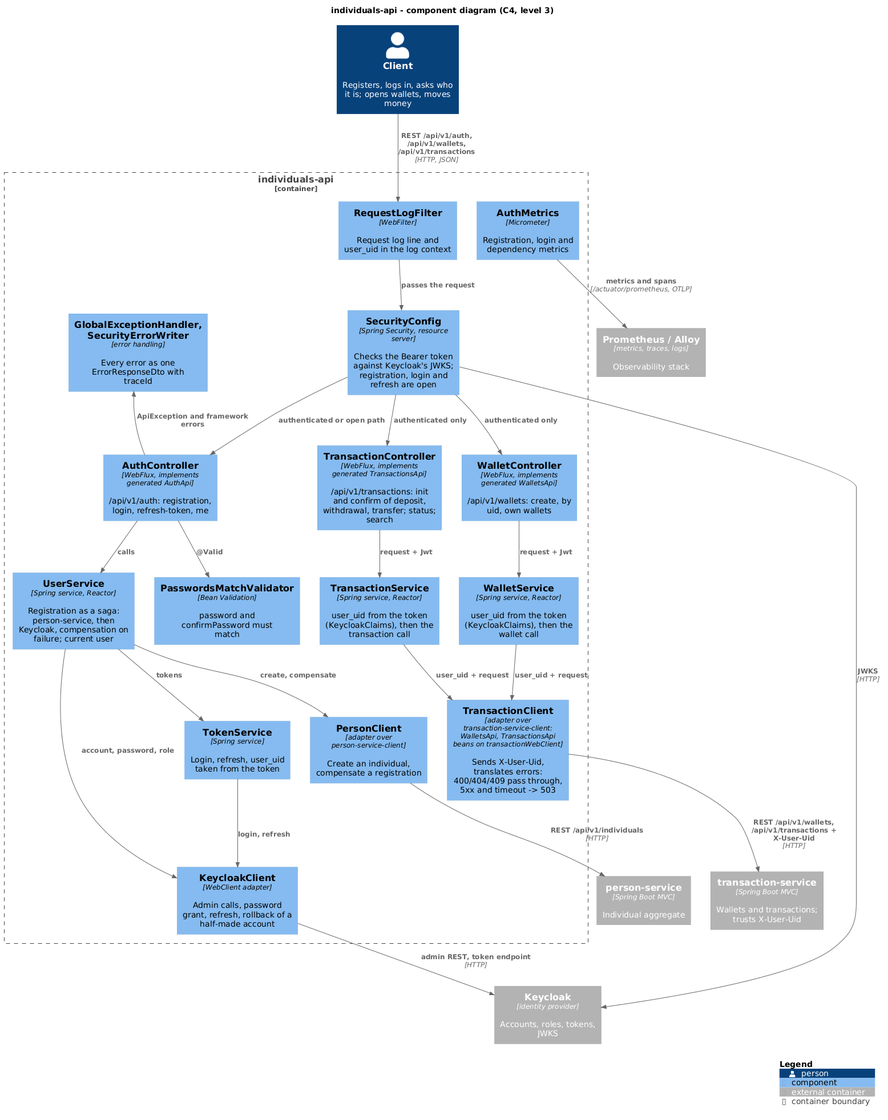
dezxxx/payment-platform keeps this PlantUML diagram as individuals-api/diagrams-c4/png/en/component.png. Above is the earlier version.
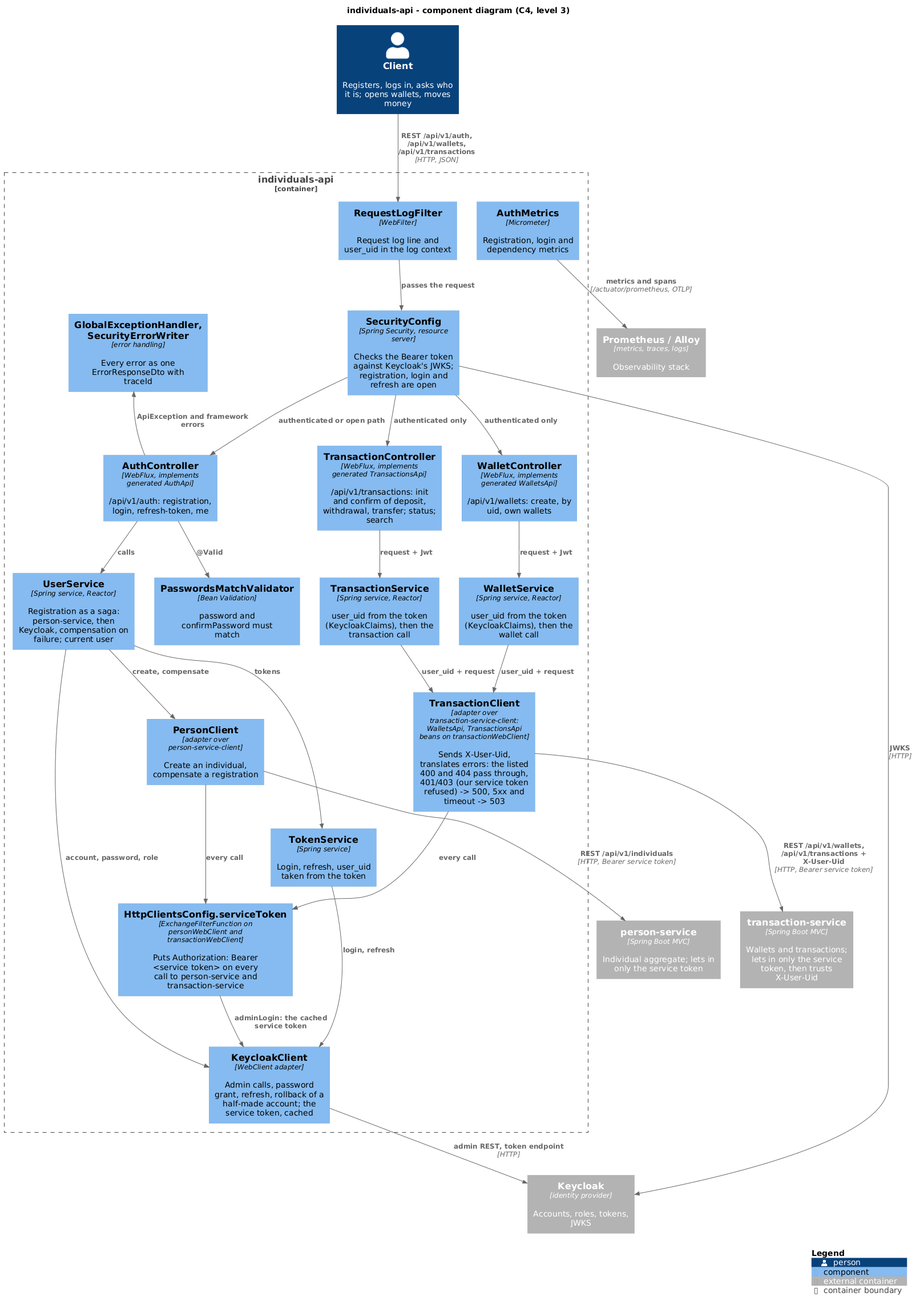
The same diagram one commit later.

Change to the diagram source:
```diff
@@ -5,8 +5,8 @@
 
 Person(client, "Client", "Registers, logs in, asks who it is; opens wallets, moves money")
 Container_Ext(keycloak, "Keycloak", "identity provider", "Accounts, roles, tokens, JWKS")
-Container_Ext(personService, "person-service", "Spring Boot MVC", "Individual aggregate")
-Container_Ext(transactionService, "transaction-service", "Spring Boot MVC", "Wallets and transactions; trusts X-User-Uid")
+Container_Ext(personService, "person-service", "Spring Boot MVC", "Individual aggregate; lets in only the service token")
+Container_Ext(transactionService, "transaction-service", "Spring Boot MVC", "Wallets and transactions; lets in only the service token, then trusts X-User-Uid")
 Container_Ext(observability, "Prometheus / Alloy", "metrics, traces, logs", "Observability stack")
 
 Container_Boundary(app, "individuals-api") {
@@ -21,8 +21,9 @@
     Component(walletService, "WalletService", "Spring service, Reactor", "user_uid from the token (KeycloakClaims), then the wallet call")
     Component(transactionService2, "TransactionService", "Spring service, Reactor", "user_uid from the token (KeycloakClaims), then the transaction call")
     Component(personClient, "PersonClient", "adapter over person-service-client", "Create an individual, compensate a registration")
-    Component(transactionClient, "TransactionClient", "adapter over transaction-service-client: WalletsApi, TransactionsApi beans on transactionWebClient", "Sends X-User-Uid, translates errors: 400/404/409 pass through, 5xx and timeout -> 503")
-    Component(keycloakClient, "KeycloakClient", "WebClient adapter", "Admin calls, password grant, refresh, rollback of a half-made account")
+    Component(transactionClient, "TransactionClient", "adapter over transaction-service-client: WalletsApi, TransactionsApi beans on transactionWebClient", "Sends X-User-Uid, translates errors: the listed 400 and 404 pass through, 401/403 (our service token refused) -> 500, 5xx and timeout -> 503")
+    Component(serviceToken, "HttpClientsConfig.serviceToken", "ExchangeFilterFunction on personWebClient and transactionWebClient", "Puts Authorization: Bearer <service token> on every call to person-service and transaction-service")
+    Component(keycloakClient, "KeycloakClient", "WebClient adapter", "Admin calls, password grant, refresh, rollback of a half-made account; the service token, cached")
     Component(errors, "GlobalExceptionHandler, SecurityErrorWriter", "error handling", "Every error as one ErrorResponseDto with traceId")
     Component(metrics, "AuthMetrics", "Micrometer", "Registration, login and dependency metrics")
 }
@@ -42,8 +43,11 @@
 Rel(tokenService, keycloakClient, "login, refresh")
 Rel(walletService, transactionClient, "user_uid + request")
 Rel(transactionService2, transactionClient, "user_uid + request")
-Rel(personClient, personService, "REST /api/v1/individuals", "HTTP")
-Rel(transactionClient, transactionService, "REST /api/v1/wallets, /api/v1/transactions + X-User-Uid", "HTTP")
+Rel(personClient, serviceToken, "every call")
+Rel(transactionClient, serviceToken, "every call")
+Rel(serviceToken, keycloakClient, "adminLogin: the cached service token")
+Rel(personClient, personService, "REST /api/v1/individuals", "HTTP, Bearer service token")
+Rel(transactionClient, transactionService, "REST /api/v1/wallets, /api/v1/transactions + X-User-Uid", "HTTP, Bearer service token")
 Rel(keycloakClient, keycloak, "admin REST, token endpoint", "HTTP")
 Rel(security, keycloak, "JWKS", "HTTP")
 Rel_Back(errors, controller, "ApiException and framework errors")
```
